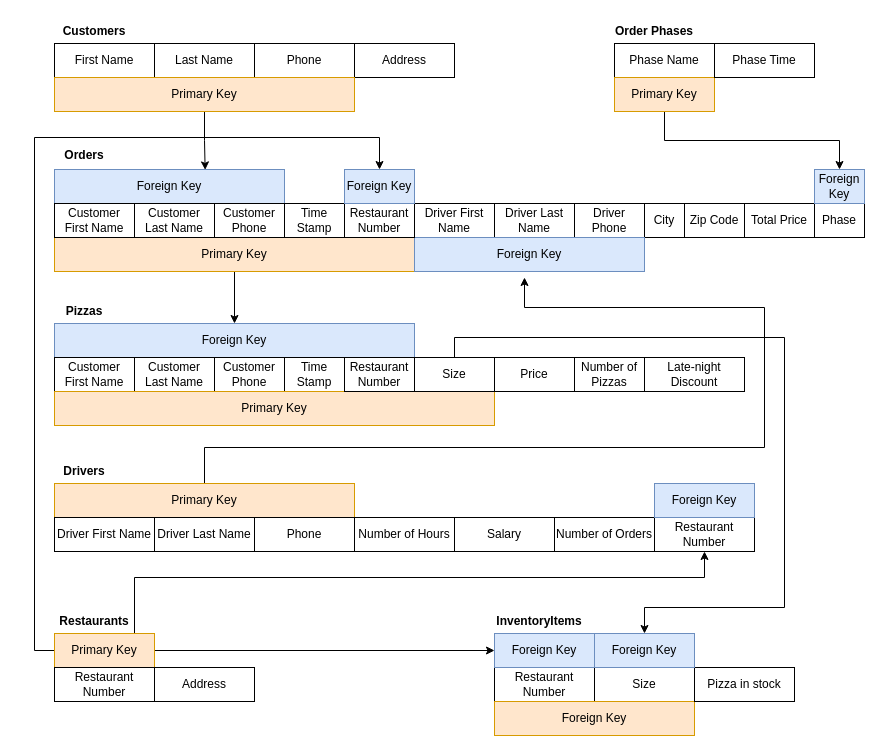
Above: page "First Relation Scheme" (3 of 4) of Project01.drawio in thanhnguyen210299/CSULB-CECS-323 (draw.io), before the change. Source tidied: cells renumbered, new cells numbered last; positions are measured from the earlier drawing's top-left corner, leaving out a move shared by most shapes. Both pictures are drawn from the tidied source at 100%, with x=0, y=0 at pixel (34, 17).
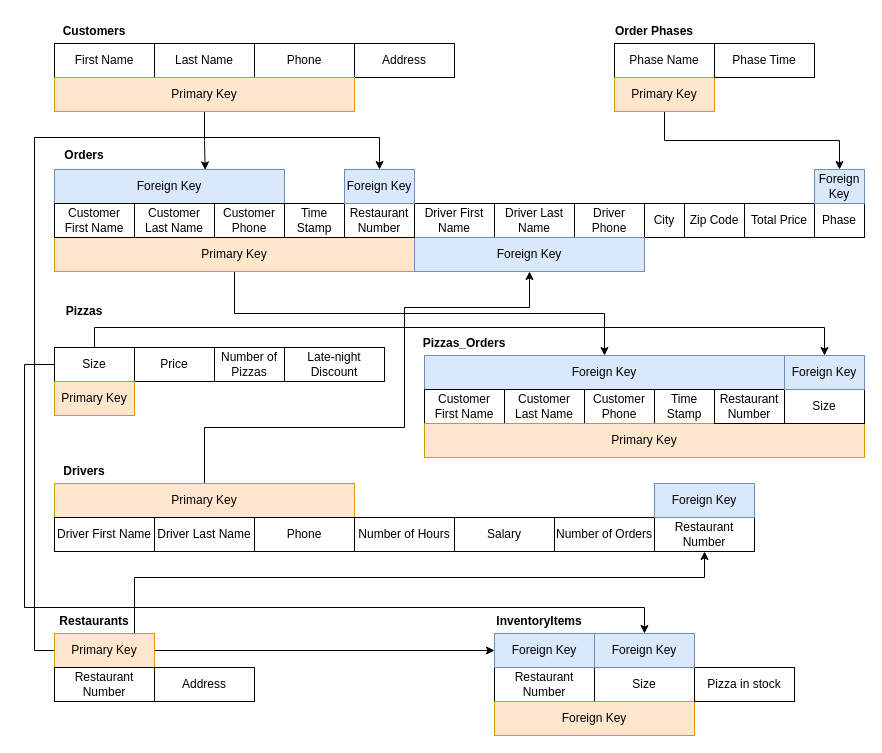
The same diagram, later.

The change refers to these unchanged cells:
```xml
<mxCell id="22" value="Primary Key" style="rounded=0;whiteSpace=wrap;html=1;fillColor=#ffe6cc;strokeColor=#d79b00;" parent="1" vertex="1">
  <mxGeometry x="20" y="466" width="300" height="34" as="geometry" />
</mxCell>
<mxCell id="32" value="Foreign Key" style="rounded=0;whiteSpace=wrap;html=1;fillColor=#dae8fc;strokeColor=#6c8ebf;" parent="1" vertex="1">
  <mxGeometry x="380" y="220" width="230" height="34" as="geometry" />
</mxCell>
<mxCell id="56" value="Foreign Key" style="rounded=0;whiteSpace=wrap;html=1;fillColor=#dae8fc;strokeColor=#6c8ebf;" parent="1" vertex="1">
  <mxGeometry x="560" y="616" width="100" height="34" as="geometry" />
</mxCell>
```

The edit, as a diff of the source:
```diff
@@
-    <mxCell id="21" style="edgeStyle=orthogonalEdgeStyle;rounded=0;jettySize=auto;html=1;exitX=0.5;exitY=0;exitDx=0;exitDy=0;" parent="1" edge="1" source="22">
-      <mxGeometry relative="1" as="geometry">
-        <mxPoint x="490" y="260" as="targetPoint" />
-        <Array as="points">
-          <mxPoint x="170" y="430" />
-          <mxPoint x="730" y="430" />
-          <mxPoint x="730" y="290" />
-          <mxPoint x="490" y="290" />
-        </Array>
-      </mxGeometry>
-    </mxCell>
+    <mxCell id="71" style="edgeStyle=orthogonalEdgeStyle;rounded=0;jettySize=auto;html=1;exitX=0.5;exitY=0;exitDx=0;exitDy=0;entryX=0.5;entryY=1;entryDx=0;entryDy=0;" parent="1" edge="1" source="22" target="32">
+      <mxGeometry relative="1" as="geometry">
+        <Array as="points">
+          <mxPoint x="170" y="410" />
+          <mxPoint x="370" y="410" />
+          <mxPoint x="370" y="290" />
+          <mxPoint x="495" y="290" />
+        </Array>
+      </mxGeometry>
+    </mxCell>
@@
     <mxCell id="43" value="Late-night Discount" style="rounded=0;whiteSpace=wrap;html=1;" parent="1" vertex="1">
-      <mxGeometry x="610" y="340" width="100" height="34" as="geometry" />
+      <mxGeometry x="250" y="330" width="100" height="34" as="geometry" />
     </mxCell>
     <mxCell id="44" value="Number of Pizzas" style="rounded=0;whiteSpace=wrap;html=1;" parent="1" vertex="1">
-      <mxGeometry x="540" y="340" width="70" height="34" as="geometry" />
+      <mxGeometry x="180" y="330" width="70" height="34" as="geometry" />
     </mxCell>
     <mxCell id="45" value="Foreign Key" style="rounded=0;whiteSpace=wrap;html=1;fillColor=#dae8fc;strokeColor=#6c8ebf;" parent="1" vertex="1">
-      <mxGeometry x="20" y="306" width="360" height="34" as="geometry" />
+      <mxGeometry x="390" y="338" width="360" height="34" as="geometry" />
     </mxCell>
     <mxCell id="46" value="Customer First Name" style="rounded=0;whiteSpace=wrap;html=1;" parent="1" vertex="1">
-      <mxGeometry x="20" y="340" width="80" height="34" as="geometry" />
+      <mxGeometry x="390" y="372" width="80" height="34" as="geometry" />
     </mxCell>
     <mxCell id="47" value="Customer Last Name" style="rounded=0;whiteSpace=wrap;html=1;" parent="1" vertex="1">
-      <mxGeometry x="100" y="340" width="80" height="34" as="geometry" />
+      <mxGeometry x="470" y="372" width="80" height="34" as="geometry" />
     </mxCell>
     <mxCell id="48" value="Customer Phone" style="rounded=0;whiteSpace=wrap;html=1;" parent="1" vertex="1">
-      <mxGeometry x="180" y="340" width="70" height="34" as="geometry" />
+      <mxGeometry x="550" y="372" width="70" height="34" as="geometry" />
     </mxCell>
     <mxCell id="49" value="Time Stamp" style="rounded=0;whiteSpace=wrap;html=1;" parent="1" vertex="1">
-      <mxGeometry x="250" y="340" width="60" height="34" as="geometry" />
+      <mxGeometry x="620" y="372" width="60" height="34" as="geometry" />
     </mxCell>
     <mxCell id="50" value="Primary Key" style="rounded=0;whiteSpace=wrap;html=1;fillColor=#ffe6cc;strokeColor=#d79b00;" parent="1" vertex="1">
-      <mxGeometry x="20" y="374" width="440" height="34" as="geometry" />
+      <mxGeometry x="390" y="406" width="440" height="34" as="geometry" />
     </mxCell>
@@
     <mxCell id="57" value="Restaurant Number" style="rounded=0;whiteSpace=wrap;html=1;" parent="1" vertex="1">
-      <mxGeometry x="310" y="340" width="70" height="34" as="geometry" />
+      <mxGeometry x="680" y="372" width="70" height="34" as="geometry" />
     </mxCell>
-    <mxCell id="58" style="edgeStyle=orthogonalEdgeStyle;rounded=0;jettySize=auto;html=1;exitX=0.5;exitY=0;exitDx=0;exitDy=0;entryX=0.5;entryY=0;entryDx=0;entryDy=0;" parent="1" edge="1" source="59" target="56">
-      <mxGeometry relative="1" as="geometry">
-        <Array as="points">
-          <mxPoint x="420" y="320" />
-          <mxPoint x="750" y="320" />
-          <mxPoint x="750" y="590" />
-          <mxPoint x="610" y="590" />
-        </Array>
-      </mxGeometry>
-    </mxCell>
     <mxCell id="59" value="Size" style="rounded=0;whiteSpace=wrap;html=1;" parent="1" vertex="1">
-      <mxGeometry x="380" y="340" width="80" height="34" as="geometry" />
+      <mxGeometry x="750" y="372" width="80" height="34" as="geometry" />
     </mxCell>
     <mxCell id="60" value="Price" style="rounded=0;whiteSpace=wrap;html=1;" parent="1" vertex="1">
-      <mxGeometry x="460" y="340" width="80" height="34" as="geometry" />
+      <mxGeometry x="100" y="330" width="80" height="34" as="geometry" />
     </mxCell>
@@
+    <mxCell id="72" style="edgeStyle=orthogonalEdgeStyle;rounded=0;jettySize=auto;html=1;exitX=0.5;exitY=0;exitDx=0;exitDy=0;entryX=0.5;entryY=0;entryDx=0;entryDy=0;" parent="1" edge="1" source="74" target="77">
+      <mxGeometry relative="1" as="geometry" />
+    </mxCell>
+    <mxCell id="73" style="edgeStyle=orthogonalEdgeStyle;rounded=0;jettySize=auto;html=1;exitX=0;exitY=0.5;exitDx=0;exitDy=0;entryX=0.5;entryY=0;entryDx=0;entryDy=0;" parent="1" edge="1" source="74" target="56">
+      <mxGeometry relative="1" as="geometry">
+        <Array as="points">
+          <mxPoint x="-10" y="347" />
+          <mxPoint x="-10" y="590" />
+          <mxPoint x="610" y="590" />
+        </Array>
+      </mxGeometry>
+    </mxCell>
+    <mxCell id="74" value="Size" style="rounded=0;whiteSpace=wrap;html=1;" parent="1" vertex="1">
+      <mxGeometry x="20" y="330" width="80" height="34" as="geometry" />
+    </mxCell>
+    <mxCell id="75" value="Primary Key" style="rounded=0;whiteSpace=wrap;html=1;fillColor=#ffe6cc;strokeColor=#d79b00;" parent="1" vertex="1">
+      <mxGeometry x="20" y="364" width="80" height="34" as="geometry" />
+    </mxCell>
+    <mxCell id="76" value="Pizzas_Orders" style="text;align=center;fontStyle=1;verticalAlign=middle;spacingLeft=3;spacingRight=3;strokeColor=none;" parent="1" vertex="1">
+      <mxGeometry x="390" y="312" width="80" height="26" as="geometry" />
+    </mxCell>
+    <mxCell id="77" value="Foreign Key" style="rounded=0;whiteSpace=wrap;html=1;fillColor=#dae8fc;strokeColor=#6c8ebf;" parent="1" vertex="1">
+      <mxGeometry x="750" y="338" width="80" height="34" as="geometry" />
+    </mxCell>
```
